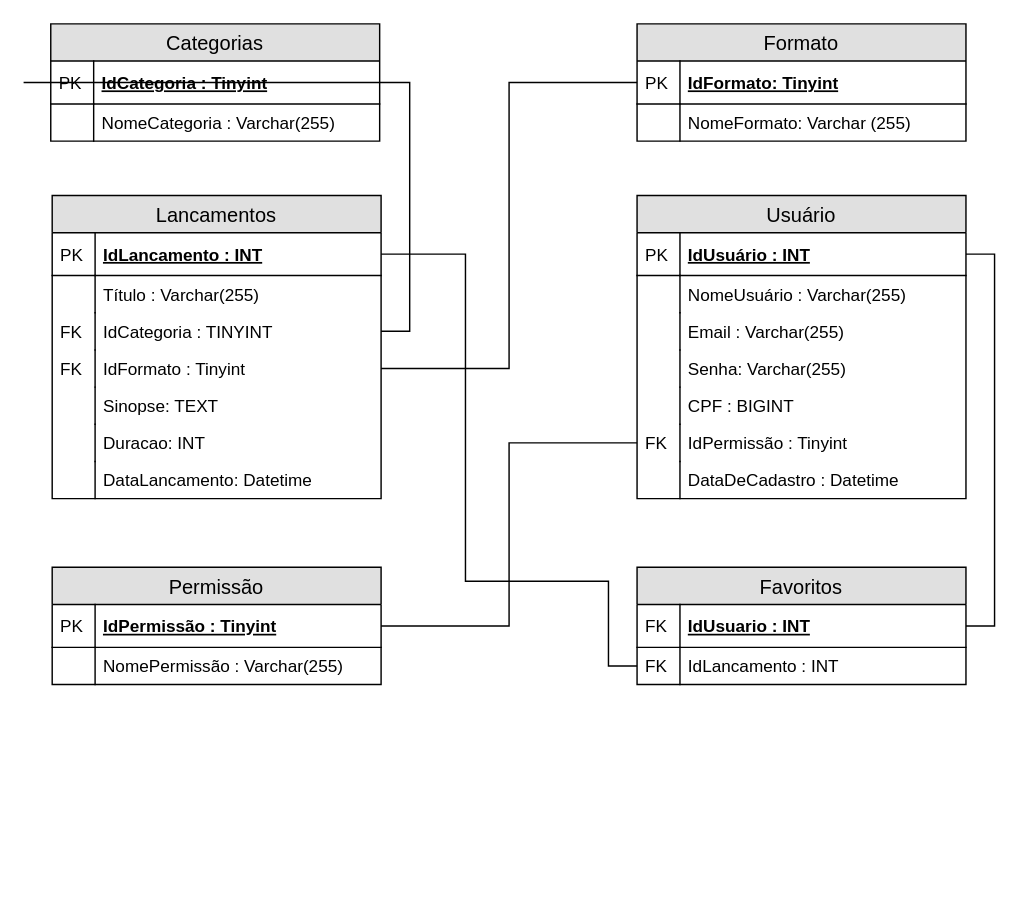
This is page "Lógico" (2 of 2) of M_Diagrama_MuriloMilani.drawio from MuriloMilani8870/2s2019-sprint-1-bd-Opflix, a draw.io file, before an edit. Source tidied: cells renumbered, new cells numbered last; positions are measured from the earlier drawing's top-left corner, leaving out a move shared by most shapes. Both pictures are drawn from the tidied source at 143%, with x=0, y=0 at pixel (50, 23).
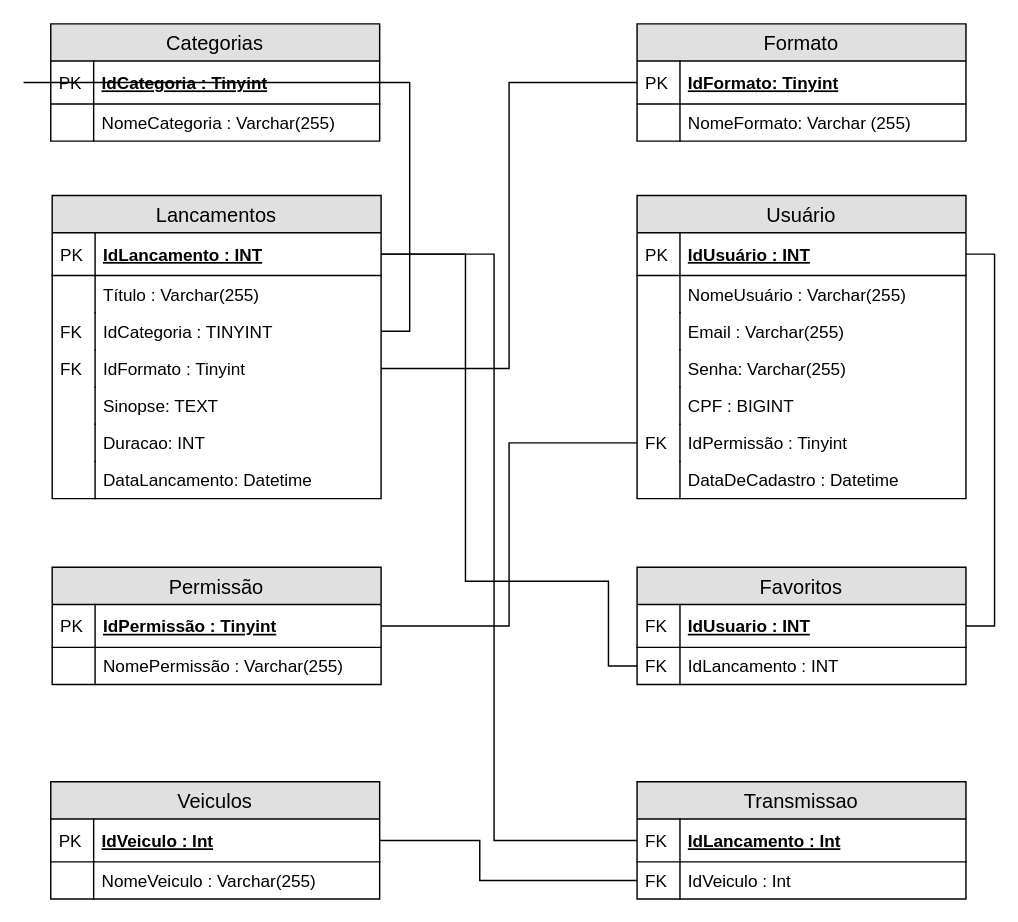
The same diagram, later.

The change refers to these unchanged cells:
```xml
<mxCell id="13" value="IdLancamento : INT" style="shape=partialRectangle;top=0;left=0;right=0;bottom=1;align=left;verticalAlign=middle;fillColor=none;spacingLeft=34;spacingRight=4;overflow=hidden;points=[[0,0.5],[1,0.5]];portConstraint=eastwest;fontStyle=5;fontSize=12;" parent="12" vertex="1">
  <mxGeometry y="26" width="230" height="30" as="geometry" />
</mxCell>
```

What changed in the source:
```diff
@@
+    <mxCell id="57" value="Veiculos" style="swimlane;fontStyle=0;horizontal=1;startSize=26;fillColor=#e0e0e0;swimlaneFillColor=#ffffff;align=center;fontSize=14;" parent="1" vertex="1">
+      <mxGeometry y="530.2" width="230" height="82" as="geometry" />
+    </mxCell>
+    <mxCell id="58" value="IdVeiculo : Int" style="shape=partialRectangle;top=0;left=0;right=0;bottom=1;align=left;verticalAlign=middle;fillColor=none;spacingLeft=34;spacingRight=4;overflow=hidden;points=[[0,0.5],[1,0.5]];portConstraint=eastwest;fontStyle=5;fontSize=12;" parent="57" vertex="1">
+      <mxGeometry y="26" width="230" height="30" as="geometry" />
+    </mxCell>
+    <mxCell id="59" value="PK" style="shape=partialRectangle;top=0;left=0;bottom=0;fillColor=none;align=left;verticalAlign=middle;spacingLeft=4;spacingRight=4;overflow=hidden;fontSize=12;" parent="58" vertex="1">
+      <mxGeometry width="30" height="30" as="geometry" />
+    </mxCell>
+    <mxCell id="60" value="NomeVeiculo : Varchar(255)&#10;" style="shape=partialRectangle;top=0;left=0;right=0;bottom=0;align=left;verticalAlign=top;fillColor=none;spacingLeft=34;spacingRight=4;overflow=hidden;fontSize=12;" parent="57" vertex="1">
+      <mxGeometry y="56" width="230" height="26" as="geometry" />
+    </mxCell>
+    <mxCell id="61" style="shape=partialRectangle;top=0;left=0;bottom=0;fillColor=none;align=left;verticalAlign=top;spacingLeft=4;spacingRight=4;overflow=hidden;fontSize=12;" parent="60" vertex="1">
+      <mxGeometry width="30" height="26" as="geometry" />
+    </mxCell>
+    <mxCell id="62" value="Transmissao" style="swimlane;fontStyle=0;horizontal=1;startSize=26;fillColor=#e0e0e0;swimlaneFillColor=#ffffff;align=center;fontSize=14;" parent="1" vertex="1">
+      <mxGeometry x="410" y="530.2" width="230" height="82" as="geometry" />
+    </mxCell>
+    <mxCell id="63" value="IdLancamento : Int" style="shape=partialRectangle;top=0;left=0;right=0;bottom=1;align=left;verticalAlign=middle;fillColor=none;spacingLeft=34;spacingRight=4;overflow=hidden;points=[[0,0.5],[1,0.5]];portConstraint=eastwest;fontStyle=5;fontSize=12;" parent="62" vertex="1">
+      <mxGeometry y="26" width="230" height="30" as="geometry" />
+    </mxCell>
+    <mxCell id="64" value="FK" style="shape=partialRectangle;top=0;left=0;bottom=0;fillColor=none;align=left;verticalAlign=middle;spacingLeft=4;spacingRight=4;overflow=hidden;fontSize=12;" parent="63" vertex="1">
+      <mxGeometry width="30" height="30" as="geometry" />
+    </mxCell>
+    <mxCell id="65" value="IdVeiculo : Int" style="shape=partialRectangle;top=0;left=0;right=0;bottom=0;align=left;verticalAlign=top;fillColor=none;spacingLeft=34;spacingRight=4;overflow=hidden;points=[[0,0.5],[1,0.5]];portConstraint=eastwest;fontSize=12;" parent="62" vertex="1">
+      <mxGeometry y="56" width="230" height="26" as="geometry" />
+    </mxCell>
+    <mxCell id="66" value="FK" style="shape=partialRectangle;top=0;left=0;bottom=0;fillColor=none;align=left;verticalAlign=top;spacingLeft=4;spacingRight=4;overflow=hidden;fontSize=12;" parent="65" vertex="1">
+      <mxGeometry width="30" height="26" as="geometry" />
+    </mxCell>
+    <mxCell id="67" style="edgeStyle=orthogonalEdgeStyle;rounded=0;jettySize=auto;html=1;exitX=0;exitY=0.5;exitDx=0;exitDy=0;entryX=1;entryY=0.5;entryDx=0;entryDy=0;endArrow=none;endFill=0;" parent="1" edge="1" source="63" target="13">
+      <mxGeometry relative="1" as="geometry">
+        <Array as="points">
+          <mxPoint x="310" y="571" />
+          <mxPoint x="310" y="161" />
+        </Array>
+      </mxGeometry>
+    </mxCell>
+    <mxCell id="68" style="edgeStyle=orthogonalEdgeStyle;rounded=0;jettySize=auto;html=1;exitX=0;exitY=0.5;exitDx=0;exitDy=0;entryX=1;entryY=0.5;entryDx=0;entryDy=0;endArrow=none;endFill=0;" parent="1" edge="1" source="65" target="58">
+      <mxGeometry relative="1" as="geometry">
+        <Array as="points">
+          <mxPoint x="300" y="599" />
+          <mxPoint x="300" y="571" />
+        </Array>
+      </mxGeometry>
+    </mxCell>
```
